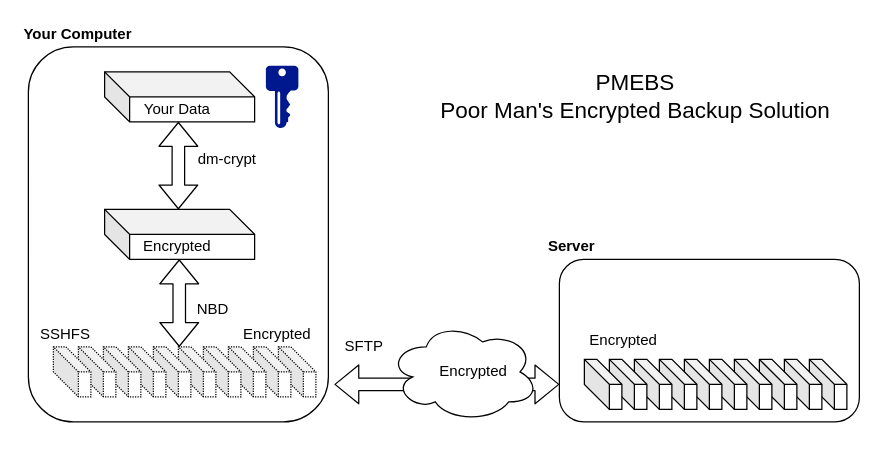
Before: diagram.drawio in vlzware/PMEBS, a draw.io diagram. Source tidied: cells renumbered, new cells numbered last; positions are measured from the earlier drawing's top-left corner, leaving out a move shared by most shapes. Both pictures are drawn from the tidied source at 125%, with x=0, y=0 at pixel (21, 21).
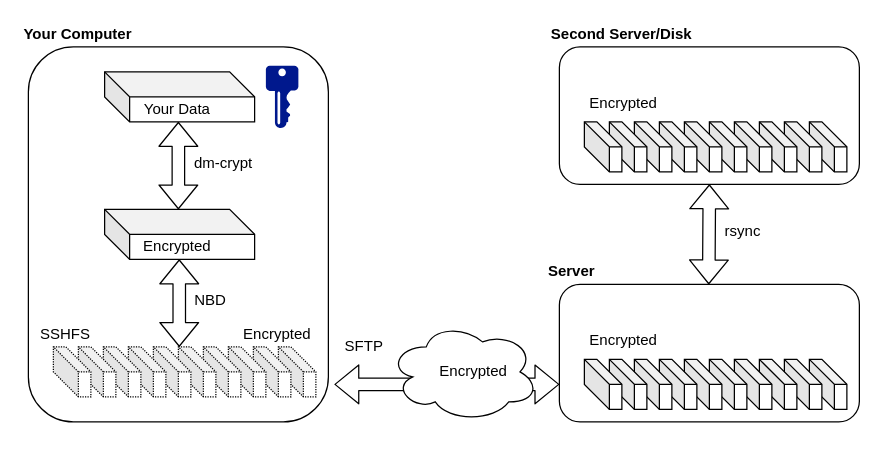
After the change.

Commit message (it also covers changes not shown here):
better diagram

The change refers to these unchanged cells:
```xml
<mxCell id="2" style="group;" parent="1" vertex="1">
  <mxGeometry width="670" height="330" as="geometry" />
</mxCell>
<mxCell id="10" style="group;dashed=1;dashPattern=1 1;" parent="2" vertex="1">
  <mxGeometry x="235.2" y="230" width="434.8" height="100" as="geometry" />
</mxCell>
```

The edit, as a diff of the source:
```diff
@@
     <mxCell id="7" value="NBD" style="text;html=1;strokeColor=none;fillColor=none;align=center;verticalAlign=middle;whiteSpace=wrap;rounded=0;dashed=1;dashPattern=1 4;" parent="2" vertex="1">
-      <mxGeometry x="132.7" y="220" width="40" height="20" as="geometry" />
+      <mxGeometry x="130.7" y="213" width="40" height="20" as="geometry" />
     </mxCell>
@@
     <mxCell id="9" value="dm-crypt" style="text;html=1;strokeColor=none;fillColor=none;align=center;verticalAlign=middle;whiteSpace=wrap;rounded=0;" parent="2" vertex="1">
-      <mxGeometry x="132.7" y="100" width="62.5" height="20" as="geometry" />
+      <mxGeometry x="129.7" y="103" width="62.5" height="20" as="geometry" />
     </mxCell>
@@
     <mxCell id="25" style="rounded=1;whiteSpace=wrap;html=1;" parent="10" vertex="1">
-      <mxGeometry x="194.8" y="-40" width="240" height="130" as="geometry" />
+      <mxGeometry x="194.8" y="-20" width="240" height="110" as="geometry" />
     </mxCell>
@@
     <mxCell id="45" value="Server" style="text;html=1;strokeColor=none;fillColor=none;align=center;verticalAlign=middle;whiteSpace=wrap;rounded=0;fontStyle=1;" parent="2" vertex="1">
-      <mxGeometry x="420" y="170" width="40" height="20" as="geometry" />
+      <mxGeometry x="420" y="190" width="40" height="20" as="geometry" />
     </mxCell>
@@
-    <mxCell id="48" value="&lt;div style=&quot;font-size: 18px;&quot;&gt;PMEBS&lt;/div&gt;&lt;div style=&quot;font-size: 18px;&quot;&gt;Poor Man's Encrypted Backup Solution&lt;br style=&quot;font-size: 18px;&quot;&gt;&lt;/div&gt;" style="text;html=1;strokeColor=none;fillColor=none;align=center;verticalAlign=middle;whiteSpace=wrap;rounded=0;dashed=1;dashPattern=1 1;fontSize=18;" parent="2" vertex="1">
-      <mxGeometry x="330" y="30" width="322.4" height="60" as="geometry" />
-    </mxCell>
+    <mxCell id="49" style="rounded=1;whiteSpace=wrap;html=1;" parent="2" vertex="1">
+      <mxGeometry x="430" y="20" width="240" height="110" as="geometry" />
+    </mxCell>
+    <mxCell id="50" style="group;" parent="2" vertex="1">
+      <mxGeometry x="450" y="80" width="210" height="40" as="geometry" />
+    </mxCell>
+    <mxCell id="51" style="group;dashed=1;dashPattern=1 1;" parent="50" vertex="1">
+      <mxGeometry width="210" height="40" as="geometry" />
+    </mxCell>
+    <mxCell id="52" style="shape=cube;whiteSpace=wrap;html=1;boundedLbl=1;backgroundOutline=1;darkOpacity=0.05;darkOpacity2=0.1;" parent="51" vertex="1">
+      <mxGeometry x="180" width="30" height="40" as="geometry" />
+    </mxCell>
+    <mxCell id="53" style="shape=cube;whiteSpace=wrap;html=1;boundedLbl=1;backgroundOutline=1;darkOpacity=0.05;darkOpacity2=0.1;" parent="51" vertex="1">
+      <mxGeometry x="160" width="30" height="40" as="geometry" />
+    </mxCell>
+    <mxCell id="54" style="shape=cube;whiteSpace=wrap;html=1;boundedLbl=1;backgroundOutline=1;darkOpacity=0.05;darkOpacity2=0.1;" parent="51" vertex="1">
+      <mxGeometry x="140" width="30" height="40" as="geometry" />
+    </mxCell>
+    <mxCell id="55" style="shape=cube;whiteSpace=wrap;html=1;boundedLbl=1;backgroundOutline=1;darkOpacity=0.05;darkOpacity2=0.1;" parent="51" vertex="1">
+      <mxGeometry x="120" width="30" height="40" as="geometry" />
+    </mxCell>
+    <mxCell id="56" style="shape=cube;whiteSpace=wrap;html=1;boundedLbl=1;backgroundOutline=1;darkOpacity=0.05;darkOpacity2=0.1;" parent="51" vertex="1">
+      <mxGeometry x="100" width="30" height="40" as="geometry" />
+    </mxCell>
+    <mxCell id="57" style="shape=cube;whiteSpace=wrap;html=1;boundedLbl=1;backgroundOutline=1;darkOpacity=0.05;darkOpacity2=0.1;" parent="51" vertex="1">
+      <mxGeometry x="80" width="30" height="40" as="geometry" />
+    </mxCell>
+    <mxCell id="58" style="shape=cube;whiteSpace=wrap;html=1;boundedLbl=1;backgroundOutline=1;darkOpacity=0.05;darkOpacity2=0.1;" parent="51" vertex="1">
+      <mxGeometry x="60" width="30" height="40" as="geometry" />
+    </mxCell>
+    <mxCell id="59" style="shape=cube;whiteSpace=wrap;html=1;boundedLbl=1;backgroundOutline=1;darkOpacity=0.05;darkOpacity2=0.1;" parent="51" vertex="1">
+      <mxGeometry x="40" width="30" height="40" as="geometry" />
+    </mxCell>
+    <mxCell id="60" style="shape=cube;whiteSpace=wrap;html=1;boundedLbl=1;backgroundOutline=1;darkOpacity=0.05;darkOpacity2=0.1;" parent="51" vertex="1">
+      <mxGeometry x="20" width="30" height="40" as="geometry" />
+    </mxCell>
+    <mxCell id="61" style="shape=cube;whiteSpace=wrap;html=1;boundedLbl=1;backgroundOutline=1;darkOpacity=0.05;darkOpacity2=0.1;" parent="51" vertex="1">
+      <mxGeometry width="30" height="40" as="geometry" />
+    </mxCell>
+    <mxCell id="62" value="Encrypted" style="text;html=1;strokeColor=none;fillColor=none;align=center;verticalAlign=middle;whiteSpace=wrap;rounded=0;" parent="2" vertex="1">
+      <mxGeometry x="450" y="55" width="62.5" height="20" as="geometry" />
+    </mxCell>
+    <mxCell id="63" value="Second Server/Disk" style="text;html=1;strokeColor=none;fillColor=none;align=center;verticalAlign=middle;whiteSpace=wrap;rounded=0;fontStyle=1;" parent="2" vertex="1">
+      <mxGeometry x="420" width="120" height="20" as="geometry" />
+    </mxCell>
+    <mxCell id="64" style="shape=flexArrow;endArrow=classic;startArrow=classic;html=1;entryX=0.5;entryY=1;entryDx=0;entryDy=0;" parent="2" edge="1" target="49">
+      <mxGeometry relative="1" as="geometry">
+        <mxPoint x="549.5" y="210" as="sourcePoint" />
+      </mxGeometry>
+    </mxCell>
+    <mxCell id="65" value="rsync" style="text;html=1;strokeColor=none;fillColor=none;align=center;verticalAlign=middle;whiteSpace=wrap;rounded=0;" parent="2" vertex="1">
+      <mxGeometry x="557" y="158" width="40" height="20" as="geometry" />
+    </mxCell>
```
